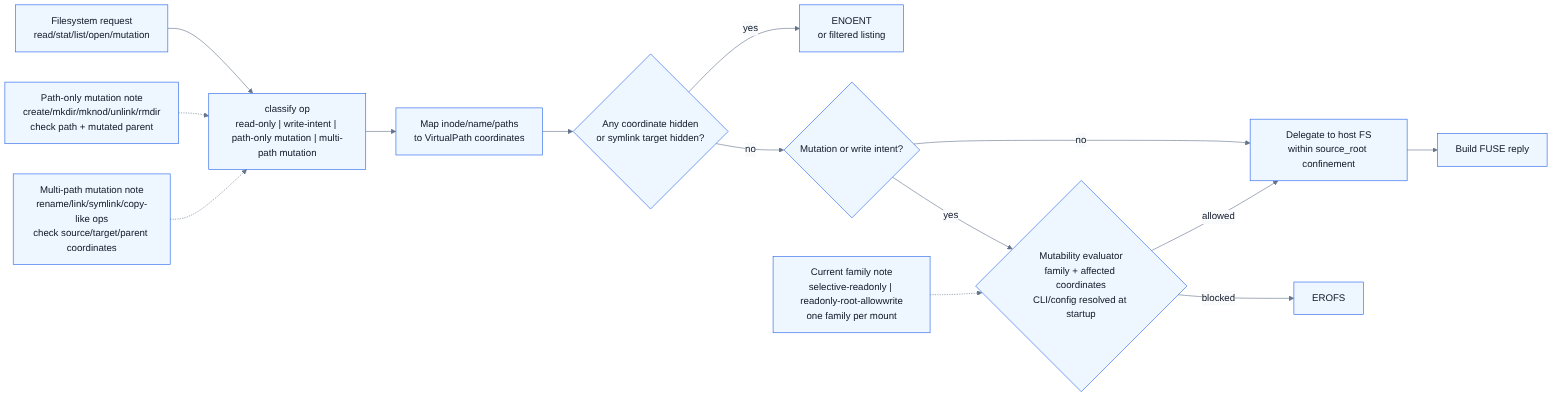
The Mermaid diagram docs/diagrams/request-decision-flow.png in spi-ca/screenfs, before a commit. Its source is kept beside it as docs/diagrams/request-decision-flow.mmd.
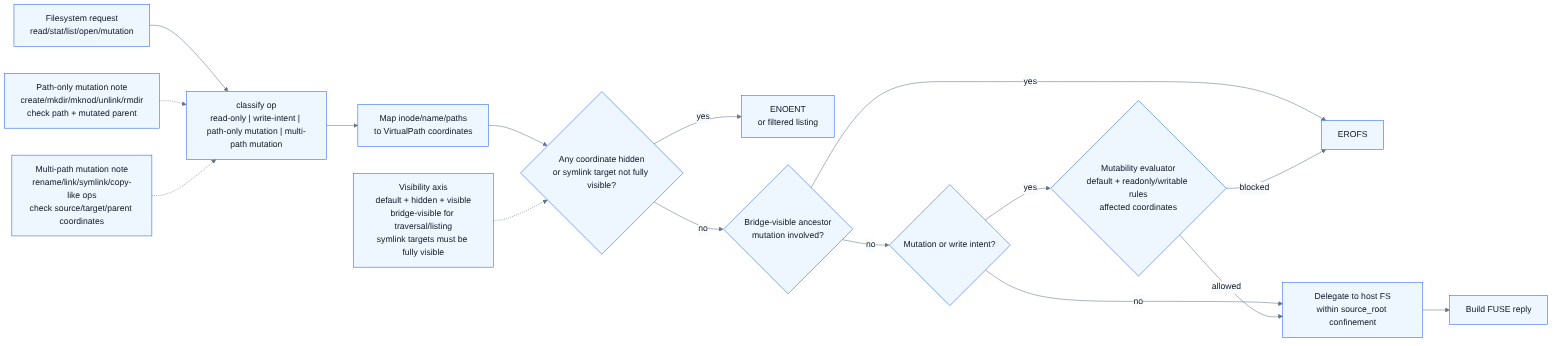
After the change.

The edit, as a diff of the source:
```diff
@@ -1,15 +1,17 @@
 flowchart LR
     req["Filesystem request\nread/stat/list/open/mutation"] --> classify["classify op\nread-only | write-intent | path-only mutation | multi-path mutation"]
     classify --> map["Map inode/name/paths\nto VirtualPath coordinates"]
-    map --> hidden{"Any coordinate hidden\nor symlink target hidden?"}
-    hidden -- yes --> hiddenResult["ENOENT\nor filtered listing"]
-    hidden -- no --> op{"Mutation or write intent?"}
+    map --> visibility{"Any coordinate hidden\nor symlink target not fully visible?"}
+    visibility -- yes --> hiddenResult["ENOENT\nor filtered listing"]
+    visibility -- no --> bridge{"Bridge-visible ancestor\nmutation involved?"}
+    bridge -- yes --> roResult["EROFS"]
+    bridge -- no --> op{"Mutation or write intent?"}
     op -- no --> delegate["Delegate to host FS\nwithin source_root confinement"]
-    op -- yes --> policy{"Mutability evaluator\nfamily + affected coordinates\nCLI/config resolved at startup"}
-    policy -- blocked --> roResult["EROFS"]
+    op -- yes --> policy{"Mutability evaluator\ndefault + readonly/writable rules\naffected coordinates"}
+    policy -- blocked --> roResult
     policy -- allowed --> delegate
     delegate --> reply["Build FUSE reply"]
 
-    family["Current family note\nselective-readonly | readonly-root-allowwrite\none family per mount"] -.-> policy
+    visibilityNote["Visibility axis\ndefault + hidden + visible\nbridge-visible for traversal/listing\nsymlink targets must be fully visible"] -.-> visibility
     pathOnly["Path-only mutation note\ncreate/mkdir/mknod/unlink/rmdir\ncheck path + mutated parent"] -.-> classify
     multi["Multi-path mutation note\nrename/link/symlink/copy-like ops\ncheck source/target/parent coordinates"] -.-> classify
```
